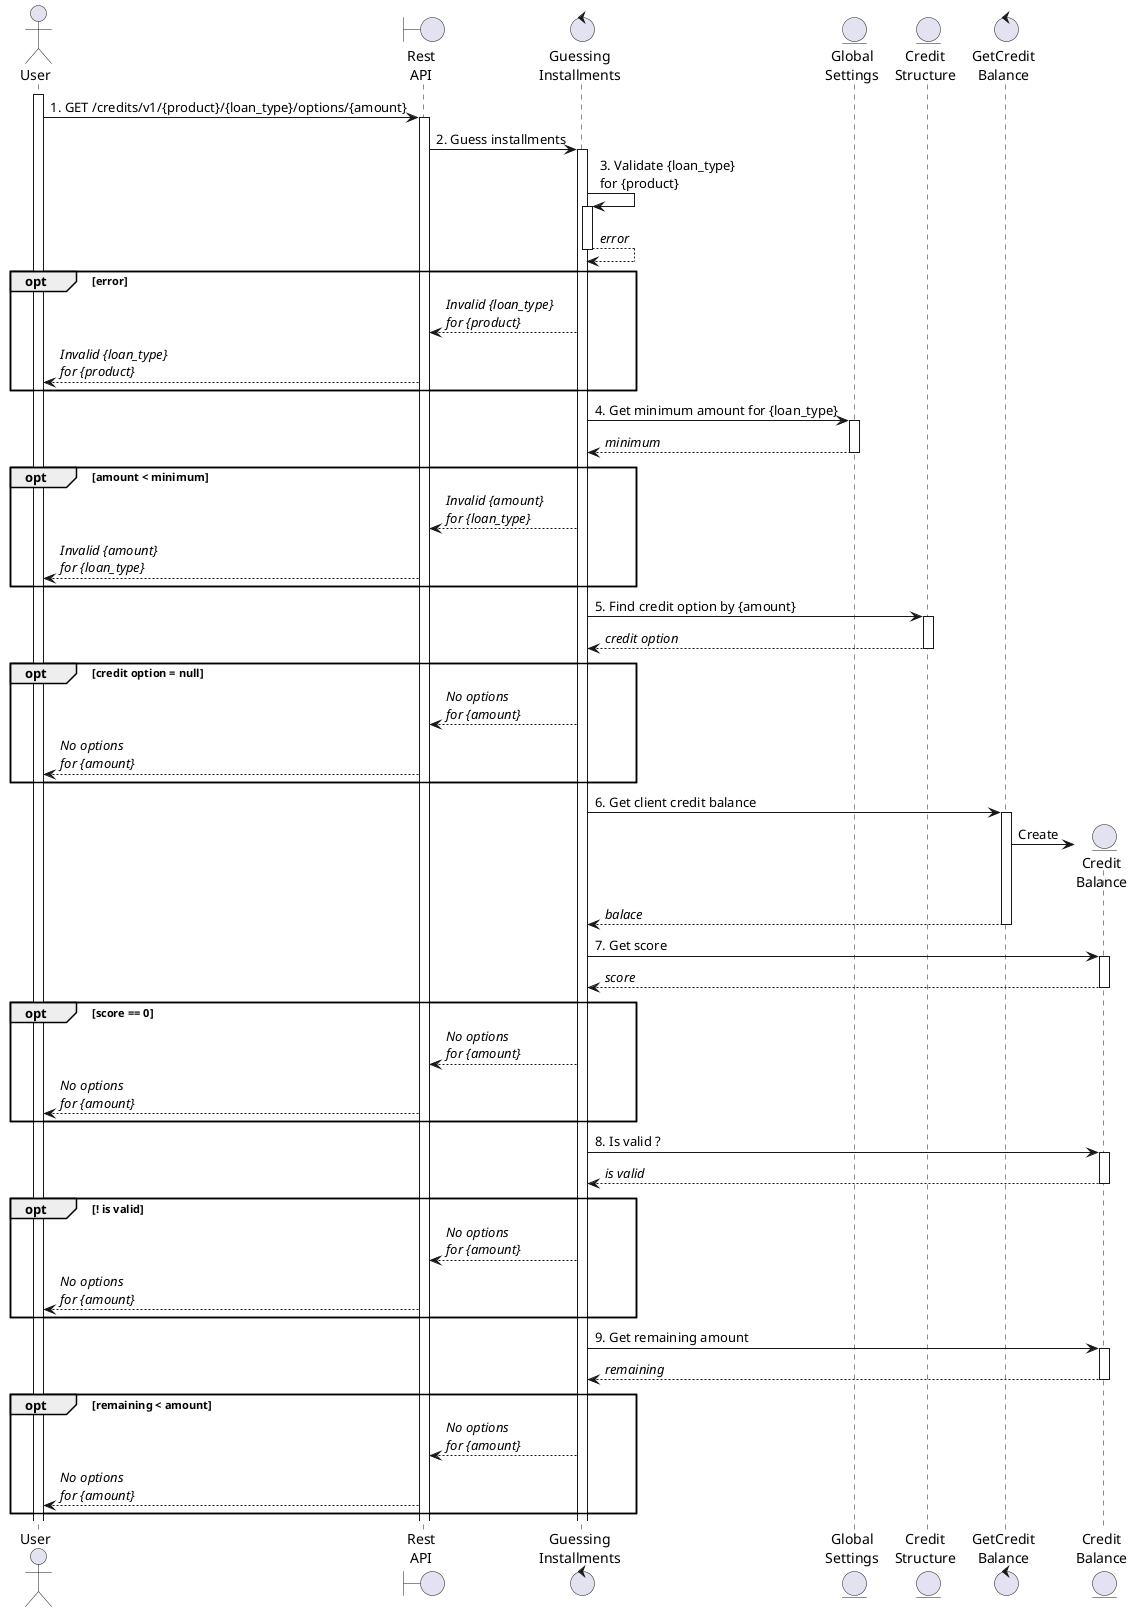
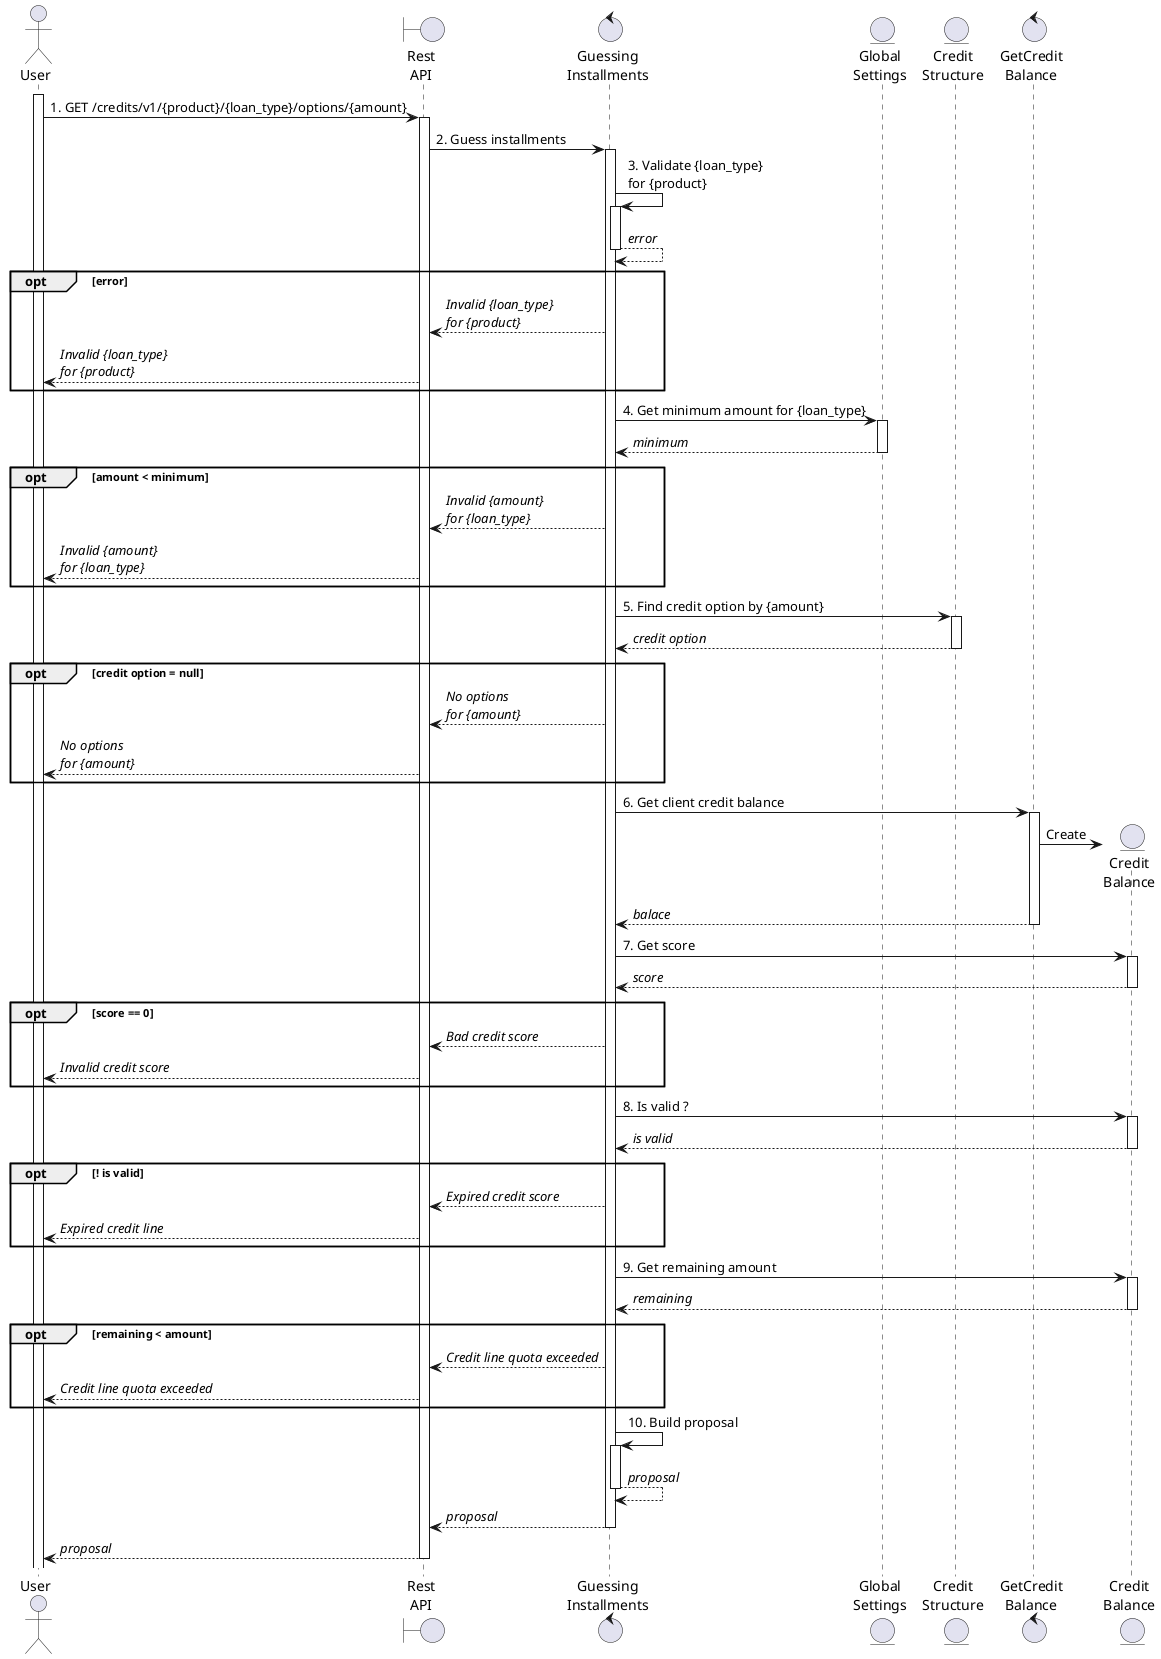
@startuml "Consulta de cuotas"

actor User
boundary "Rest\nAPI" as API
control "Guessing\nInstallments" as GI
entity "Global\nSettings" as GB
entity "Credit\nStructure" as CS
control "GetCredit\nBalance" as GCB



activate User
User->API: 1. GET /credits/v1/{product}/{loan_type}/options/{amount}
activate API
API->GI: 2. Guess installments
activate GI
GI->GI: 3. Validate {loan_type}\nfor {product}
activate GI
GI-->GI: //error//
deactivate GI

opt error
    GI-->API: //Invalid {loan_type}//\n//for {product}//
    API-->User: //Invalid {loan_type}//\n//for {product}//
end

GI->GB: 4. Get minimum amount for {loan_type}
activate GB
GB-->GI: //minimum//
deactivate GB
opt amount < minimum
    GI-->API: //Invalid {amount}//\n//for {loan_type}//
    API-->User: //Invalid {amount}//\n//for {loan_type}//
end

GI->CS: 5. Find credit option by {amount}
activate CS
CS-->GI: //credit option//
deactivate CS
opt credit option = null
    GI-->API: //No options//\n//for {amount}//
    API-->User: //No options//\n//for {amount}//
end

GI->GCB: 6. Get client credit balance
activate GCB
create entity "Credit\nBalance" as CB
GCB->CB: Create
GCB-->GI: //balace//
deactivate GCB

GI->CB: 7. Get score
activate CB
CB-->GI: //score//
deactivate CB

opt score == 0
-     GI-->API: //No options//\n//for {amount}//
-     API-->User: //No options//\n//for {amount}//
+     GI-->API: //Bad credit score//
+     API-->User: //Invalid credit score//
end

GI->CB: 8. Is valid ?
activate CB
CB-->GI: //is valid//
deactivate CB

opt ! is valid
-     GI-->API: //No options//\n//for {amount}//
-     API-->User: //No options//\n//for {amount}//
+     GI-->API: //Expired credit score//
+     API-->User: //Expired credit line//
end

GI->CB: 9. Get remaining amount
activate CB
CB-->GI: //remaining//
deactivate CB

opt remaining < amount
-     GI-->API: //No options//\n//for {amount}//
-     API-->User: //No options//\n//for {amount}//
+     GI-->API: //Credit line quota exceeded//
+     API-->User: //Credit line quota exceeded//
end

+ GI->GI: 10. Build proposal
+ activate GI
+ GI-->GI: //proposal//
+ deactivate GI
+ 
+ GI-->API: //proposal//
+ deactivate GI
+ 
+ API-->User: //proposal//
+ deactivate API



@enduml